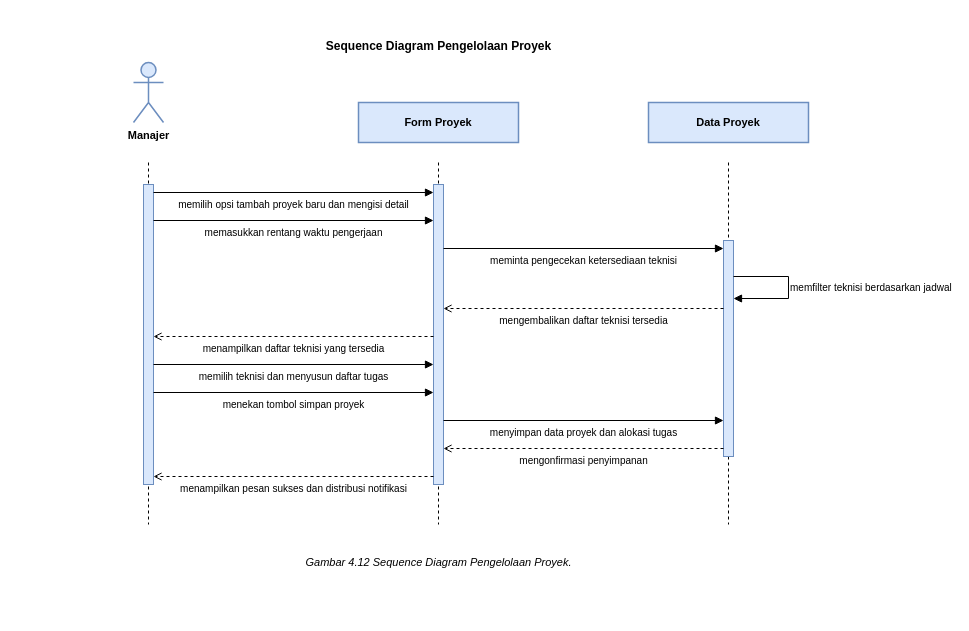
evelleura/shi-dashboard keeps this draw.io diagram as diagram/ai/Sequence/SD_PENGELOLAAN_PROYEK.drawio. Above is the earlier version. Source tidied: cells renumbered, new cells numbered last; positions are measured from the earlier drawing's top-left corner, leaving out a move shared by most shapes. Both pictures are drawn from the tidied source at 100%, with x=0, y=0 at pixel (28, 32).
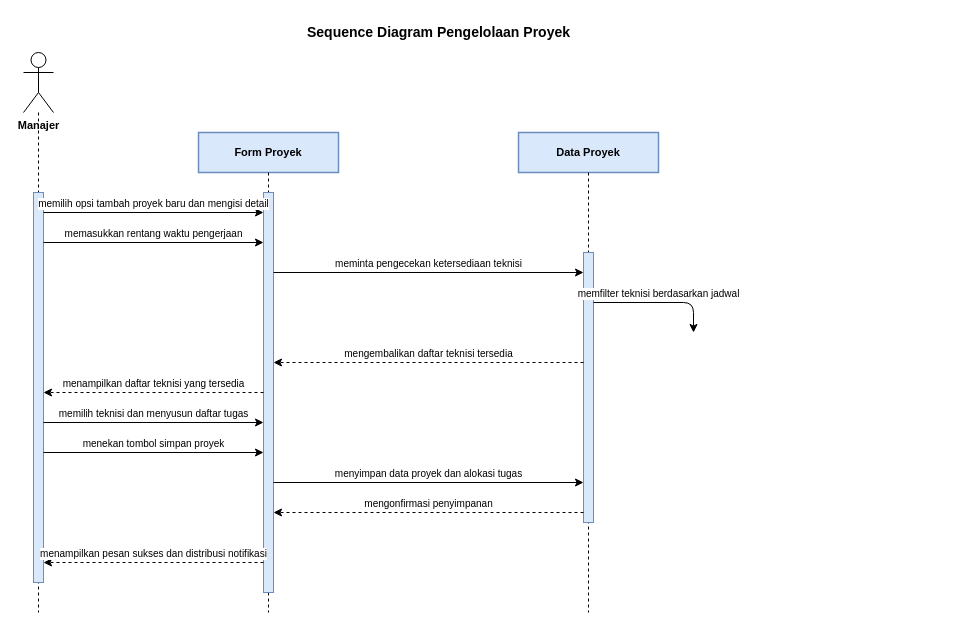
Above is the later version.

What changed in the source:
```diff
@@
-    <mxCell id="2" value="Sequence Diagram Pengelolaan Proyek" style="text;html=1;align=center;fontSize=12;fontStyle=1;fontColor=#000000;" parent="1" vertex="1">
-      <mxGeometry width="820" height="20" as="geometry" />
-    </mxCell>
-    <mxCell id="3" value="Manajer" style="shape=umlActor;verticalLabelPosition=bottom;verticalAlign=top;html=1;fillColor=#DAE8FC;strokeColor=#6C8EBF;strokeWidth=1.5;fontSize=11;fontColor=#000000;fontStyle=1;" parent="1" vertex="1">
-      <mxGeometry x="105" y="30" width="30" height="60" as="geometry" />
+    <mxCell id="3" value="Manajer" style="shape=umlActor;verticalLabelPosition=bottom;labelPosition=center;verticalAlign=top;html=1;fontSize=11;fontStyle=1;fillColor=#FFFFFF;strokeColor=#000000;" parent="1" vertex="1">
+      <mxGeometry x="-5" y="20" width="30" height="60" as="geometry" />
     </mxCell>
-    <mxCell id="4" style="endArrow=none;html=1;rounded=0;dashed=1;strokeColor=#000000;strokeWidth=1;" parent="1" edge="1">
-      <mxGeometry relative="1" as="geometry">
-        <mxPoint x="120" y="130" as="sourcePoint" />
-        <mxPoint x="120" y="492" as="targetPoint" />
-      </mxGeometry>
-    </mxCell>
-    <mxCell id="5" value="Form Proyek" style="rounded=0;whiteSpace=wrap;html=1;fillColor=#DAE8FC;strokeColor=#6C8EBF;strokeWidth=1.5;fontSize=11;fontColor=#000000;fontStyle=1;" parent="1" vertex="1">
-      <mxGeometry x="330" y="70" width="160" height="40" as="geometry" />
+    <mxCell id="5" value="Form Proyek" style="rounded=0;whiteSpace=wrap;html=1;fontSize=11;fontStyle=1;fillColor=#DAE8FC;strokeColor=#6C8EBF;strokeWidth=1.5;" parent="1" vertex="1">
+      <mxGeometry x="170" y="100" width="140" height="40" as="geometry" />
     </mxCell>
-    <mxCell id="6" style="endArrow=none;html=1;rounded=0;dashed=1;strokeColor=#000000;strokeWidth=1;" parent="1" edge="1">
-      <mxGeometry relative="1" as="geometry">
-        <mxPoint x="410" y="130" as="sourcePoint" />
-        <mxPoint x="410" y="492" as="targetPoint" />
-      </mxGeometry>
-    </mxCell>
-    <mxCell id="7" value="Data Proyek" style="rounded=0;whiteSpace=wrap;html=1;fillColor=#DAE8FC;strokeColor=#6C8EBF;strokeWidth=1.5;fontSize=11;fontColor=#000000;fontStyle=1;" parent="1" vertex="1">
-      <mxGeometry x="620" y="70" width="160" height="40" as="geometry" />
+    <mxCell id="7" value="Data Proyek" style="rounded=0;whiteSpace=wrap;html=1;fontSize=11;fontStyle=1;fillColor=#DAE8FC;strokeColor=#6C8EBF;strokeWidth=1.5;" parent="1" vertex="1">
+      <mxGeometry x="490" y="100" width="140" height="40" as="geometry" />
     </mxCell>
-    <mxCell id="8" style="endArrow=none;html=1;rounded=0;dashed=1;strokeColor=#000000;strokeWidth=1;" parent="1" edge="1">
-      <mxGeometry relative="1" as="geometry">
-        <mxPoint x="700" y="130" as="sourcePoint" />
-        <mxPoint x="700" y="492" as="targetPoint" />
-      </mxGeometry>
-    </mxCell>
-    <mxCell id="9" style="rounded=0;whiteSpace=wrap;html=1;fillColor=#DAE8FC;strokeColor=#6C8EBF;strokeWidth=1;" parent="1" vertex="1">
-      <mxGeometry x="115" y="152" width="10" height="300" as="geometry" />
-    </mxCell>
-    <mxCell id="10" style="rounded=0;whiteSpace=wrap;html=1;fillColor=#DAE8FC;strokeColor=#6C8EBF;strokeWidth=1;" parent="1" vertex="1">
-      <mxGeometry x="405" y="152" width="10" height="300" as="geometry" />
-    </mxCell>
-    <mxCell id="11" style="rounded=0;whiteSpace=wrap;html=1;fillColor=#DAE8FC;strokeColor=#6C8EBF;strokeWidth=1;" parent="1" vertex="1">
-      <mxGeometry x="695" y="208" width="10" height="216" as="geometry" />
-    </mxCell>
+    <mxCell id="24" style="endArrow=none;dashed=1;strokeColor=#000000;strokeWidth=1;html=1;" parent="1" edge="1">
+      <mxGeometry relative="1" as="geometry">
+        <mxPoint x="10" y="80" as="sourcePoint" />
+        <mxPoint x="10" y="580" as="targetPoint" />
+      </mxGeometry>
+    </mxCell>
+    <mxCell id="25" style="endArrow=none;dashed=1;strokeColor=#000000;strokeWidth=1;html=1;" parent="1" edge="1">
+      <mxGeometry relative="1" as="geometry">
+        <mxPoint x="240" y="140" as="sourcePoint" />
+        <mxPoint x="240" y="580" as="targetPoint" />
+      </mxGeometry>
+    </mxCell>
+    <mxCell id="26" style="endArrow=none;dashed=1;strokeColor=#000000;strokeWidth=1;html=1;" parent="1" edge="1">
+      <mxGeometry relative="1" as="geometry">
+        <mxPoint x="560" y="140" as="sourcePoint" />
+        <mxPoint x="560" y="580" as="targetPoint" />
+      </mxGeometry>
+    </mxCell>
+    <mxCell id="27" style="rounded=0;whiteSpace=wrap;html=1;fillColor=#DAE8FC;strokeColor=#6C8EBF;strokeWidth=1;" parent="1" vertex="1">
+      <mxGeometry x="235" y="160" width="10" height="400" as="geometry" />
+    </mxCell>
+    <mxCell id="28" style="rounded=0;whiteSpace=wrap;html=1;fillColor=#DAE8FC;strokeColor=#6C8EBF;strokeWidth=1;" parent="1" vertex="1">
+      <mxGeometry x="555" y="220" width="10" height="270" as="geometry" />
+    </mxCell>
+    <mxCell id="29" style="rounded=0;whiteSpace=wrap;html=1;fillColor=#DAE8FC;strokeColor=#6C8EBF;strokeWidth=1;" parent="1" vertex="1">
+      <mxGeometry x="5" y="160" width="10" height="390" as="geometry" />
+    </mxCell>
-    <mxCell id="12" value="memilih opsi tambah proyek baru dan mengisi detail" style="endArrow=block;endFill=1;html=1;rounded=0;strokeColor=#000000;strokeWidth=1;fontSize=10;fontColor=#000000;align=center;verticalAlign=top;" parent="1" edge="1">
+    <mxCell id="12" value="memilih opsi tambah proyek baru dan mengisi detail" style="html=1;endArrow=classic;endFill=1;strokeColor=#000000;strokeWidth=1;fontSize=10;align=center;verticalAlign=bottom;" parent="1" edge="1">
       <mxGeometry relative="1" as="geometry">
-        <mxPoint x="125" y="160" as="sourcePoint" />
-        <mxPoint x="405" y="160" as="targetPoint" />
+        <mxPoint x="15" y="180" as="sourcePoint" />
+        <mxPoint x="235" y="180" as="targetPoint" />
       </mxGeometry>
     </mxCell>
-    <mxCell id="13" value="memasukkan rentang waktu pengerjaan" style="endArrow=block;endFill=1;html=1;rounded=0;strokeColor=#000000;strokeWidth=1;fontSize=10;fontColor=#000000;align=center;verticalAlign=top;" parent="1" edge="1">
+    <mxCell id="13" value="memasukkan rentang waktu pengerjaan" style="html=1;endArrow=classic;endFill=1;strokeColor=#000000;strokeWidth=1;fontSize=10;align=center;verticalAlign=bottom;" parent="1" edge="1">
       <mxGeometry relative="1" as="geometry">
-        <mxPoint x="125" y="188" as="sourcePoint" />
-        <mxPoint x="405" y="188" as="targetPoint" />
+        <mxPoint x="15" y="210" as="sourcePoint" />
+        <mxPoint x="235" y="210" as="targetPoint" />
       </mxGeometry>
     </mxCell>
-    <mxCell id="14" value="meminta pengecekan ketersediaan teknisi" style="endArrow=block;endFill=1;html=1;rounded=0;strokeColor=#000000;strokeWidth=1;fontSize=10;fontColor=#000000;align=center;verticalAlign=top;" parent="1" edge="1">
+    <mxCell id="14" value="meminta pengecekan ketersediaan teknisi" style="html=1;endArrow=classic;endFill=1;strokeColor=#000000;strokeWidth=1;fontSize=10;align=center;verticalAlign=bottom;" parent="1" edge="1">
       <mxGeometry relative="1" as="geometry">
-        <mxPoint x="415" y="216" as="sourcePoint" />
-        <mxPoint x="695" y="216" as="targetPoint" />
+        <mxPoint x="245" y="240" as="sourcePoint" />
+        <mxPoint x="555" y="240" as="targetPoint" />
       </mxGeometry>
     </mxCell>
-    <mxCell id="15" value="memfilter teknisi berdasarkan jadwal" style="endArrow=block;endFill=1;html=1;rounded=0;strokeColor=#000000;strokeWidth=1;fontSize=10;fontColor=#000000;align=left;verticalAlign=middle;" parent="1" edge="1">
+    <mxCell id="15" value="memfilter teknisi berdasarkan jadwal" style="html=1;endArrow=classic;endFill=1;strokeColor=#000000;strokeWidth=1;fontSize=10;align=center;verticalAlign=bottom;exitX=1;exitY=0.25;entryX=1;entryY=0.75;exitDx=0;exitDy=0;entryDx=0;entryDy=0;" parent="1" edge="1">
       <mxGeometry relative="1" as="geometry">
-        <mxPoint x="705" y="244" as="sourcePoint" />
-        <mxPoint x="705" y="266" as="targetPoint" />
+        <mxPoint x="565" y="270" as="sourcePoint" />
+        <mxPoint x="665" y="300" as="targetPoint" />
         <Array as="points">
-          <mxPoint x="760" y="244" />
-          <mxPoint x="760" y="266" />
+          <mxPoint x="665" y="270" />
+          <mxPoint x="665" y="300" />
         </Array>
       </mxGeometry>
     </mxCell>
-    <mxCell id="16" value="mengembalikan daftar teknisi tersedia" style="endArrow=open;endFill=0;html=1;rounded=0;dashed=1;strokeColor=#000000;strokeWidth=1;fontSize=10;fontColor=#000000;align=center;verticalAlign=top;" parent="1" edge="1">
+    <mxCell id="16" value="mengembalikan daftar teknisi tersedia" style="html=1;endArrow=classic;endFill=1;strokeColor=#000000;strokeWidth=1;dashed=1;fontSize=10;align=center;verticalAlign=bottom;" parent="1" edge="1">
       <mxGeometry relative="1" as="geometry">
-        <mxPoint x="695" y="276" as="sourcePoint" />
-        <mxPoint x="415" y="276" as="targetPoint" />
+        <mxPoint x="555" y="330" as="sourcePoint" />
+        <mxPoint x="245" y="330" as="targetPoint" />
       </mxGeometry>
     </mxCell>
-    <mxCell id="17" value="menampilkan daftar teknisi yang tersedia" style="endArrow=open;endFill=0;html=1;rounded=0;dashed=1;strokeColor=#000000;strokeWidth=1;fontSize=10;fontColor=#000000;align=center;verticalAlign=top;" parent="1" edge="1">
+    <mxCell id="17" value="menampilkan daftar teknisi yang tersedia" style="html=1;endArrow=classic;endFill=1;strokeColor=#000000;strokeWidth=1;dashed=1;fontSize=10;align=center;verticalAlign=bottom;" parent="1" edge="1">
       <mxGeometry relative="1" as="geometry">
-        <mxPoint x="405" y="304" as="sourcePoint" />
-        <mxPoint x="125" y="304" as="targetPoint" />
+        <mxPoint x="235" y="360" as="sourcePoint" />
+        <mxPoint x="15" y="360" as="targetPoint" />
       </mxGeometry>
     </mxCell>
-    <mxCell id="18" value="memilih teknisi dan menyusun daftar tugas" style="endArrow=block;endFill=1;html=1;rounded=0;strokeColor=#000000;strokeWidth=1;fontSize=10;fontColor=#000000;align=center;verticalAlign=top;" parent="1" edge="1">
+    <mxCell id="18" value="memilih teknisi dan menyusun daftar tugas" style="html=1;endArrow=classic;endFill=1;strokeColor=#000000;strokeWidth=1;fontSize=10;align=center;verticalAlign=bottom;" parent="1" edge="1">
       <mxGeometry relative="1" as="geometry">
-        <mxPoint x="125" y="332" as="sourcePoint" />
-        <mxPoint x="405" y="332" as="targetPoint" />
+        <mxPoint x="15" y="390" as="sourcePoint" />
+        <mxPoint x="235" y="390" as="targetPoint" />
       </mxGeometry>
     </mxCell>
-    <mxCell id="19" value="menekan tombol simpan proyek" style="endArrow=block;endFill=1;html=1;rounded=0;strokeColor=#000000;strokeWidth=1;fontSize=10;fontColor=#000000;align=center;verticalAlign=top;" parent="1" edge="1">
+    <mxCell id="19" value="menekan tombol simpan proyek" style="html=1;endArrow=classic;endFill=1;strokeColor=#000000;strokeWidth=1;fontSize=10;align=center;verticalAlign=bottom;" parent="1" edge="1">
       <mxGeometry relative="1" as="geometry">
-        <mxPoint x="125" y="360" as="sourcePoint" />
-        <mxPoint x="405" y="360" as="targetPoint" />
+        <mxPoint x="15" y="420" as="sourcePoint" />
+        <mxPoint x="235" y="420" as="targetPoint" />
       </mxGeometry>
     </mxCell>
-    <mxCell id="20" value="menyimpan data proyek dan alokasi tugas" style="endArrow=block;endFill=1;html=1;rounded=0;strokeColor=#000000;strokeWidth=1;fontSize=10;fontColor=#000000;align=center;verticalAlign=top;" parent="1" edge="1">
+    <mxCell id="20" value="menyimpan data proyek dan alokasi tugas" style="html=1;endArrow=classic;endFill=1;strokeColor=#000000;strokeWidth=1;fontSize=10;align=center;verticalAlign=bottom;" parent="1" edge="1">
       <mxGeometry relative="1" as="geometry">
-        <mxPoint x="415" y="388" as="sourcePoint" />
-        <mxPoint x="695" y="388" as="targetPoint" />
+        <mxPoint x="245" y="450" as="sourcePoint" />
+        <mxPoint x="555" y="450" as="targetPoint" />
       </mxGeometry>
     </mxCell>
-    <mxCell id="21" value="mengonfirmasi penyimpanan" style="endArrow=open;endFill=0;html=1;rounded=0;dashed=1;strokeColor=#000000;strokeWidth=1;fontSize=10;fontColor=#000000;align=center;verticalAlign=top;" parent="1" edge="1">
+    <mxCell id="21" value="mengonfirmasi penyimpanan" style="html=1;endArrow=classic;endFill=1;strokeColor=#000000;strokeWidth=1;dashed=1;fontSize=10;align=center;verticalAlign=bottom;" parent="1" edge="1">
       <mxGeometry relative="1" as="geometry">
-        <mxPoint x="695" y="416" as="sourcePoint" />
-        <mxPoint x="415" y="416" as="targetPoint" />
+        <mxPoint x="555" y="480" as="sourcePoint" />
+        <mxPoint x="245" y="480" as="targetPoint" />
       </mxGeometry>
     </mxCell>
-    <mxCell id="22" value="menampilkan pesan sukses dan distribusi notifikasi" style="endArrow=open;endFill=0;html=1;rounded=0;dashed=1;strokeColor=#000000;strokeWidth=1;fontSize=10;fontColor=#000000;align=center;verticalAlign=top;" parent="1" edge="1">
+    <mxCell id="22" value="menampilkan pesan sukses dan distribusi notifikasi" style="html=1;endArrow=classic;endFill=1;strokeColor=#000000;strokeWidth=1;dashed=1;fontSize=10;align=center;verticalAlign=bottom;" parent="1" edge="1">
       <mxGeometry relative="1" as="geometry">
-        <mxPoint x="405" y="444" as="sourcePoint" />
-        <mxPoint x="125" y="444" as="targetPoint" />
+        <mxPoint x="235" y="530" as="sourcePoint" />
+        <mxPoint x="15" y="530" as="targetPoint" />
       </mxGeometry>
     </mxCell>
-    <mxCell id="23" value="Gambar 4.12 Sequence Diagram Pengelolaan Proyek." style="text;html=1;align=center;fontSize=11;fontStyle=2;fontColor=#000000;" parent="1" vertex="1">
-      <mxGeometry y="517" width="820" height="20" as="geometry" />
-    </mxCell>
+    <mxCell id="2" value="Sequence Diagram Pengelolaan Proyek" style="text;html=1;align=center;verticalAlign=middle;fontSize=14;fontStyle=1;" parent="1" vertex="1">
+      <mxGeometry x="160" y="-15" width="500" height="30" as="geometry" />
+    </mxCell>
```
